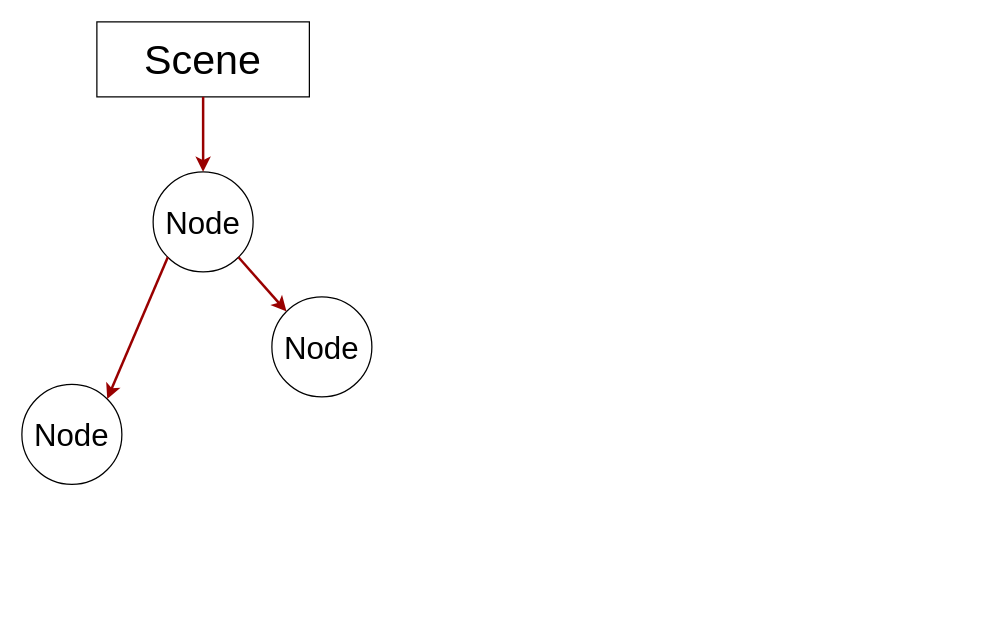
Above: cocos_render_command.drawio in imzoer/imzoer.github.io (draw.io), before the change. Source tidied: cells renumbered, new cells numbered last; positions are measured from the earlier drawing's top-left corner, leaving out a move shared by most shapes. Both pictures are drawn from the tidied source at 125%, with x=0, y=0 at pixel (21, 21).
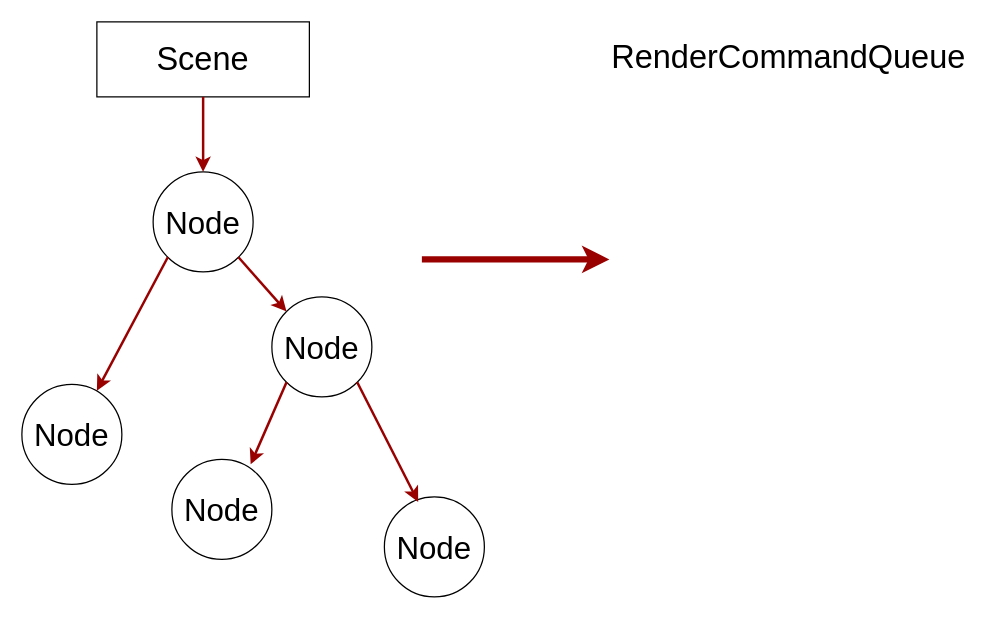
The same diagram, later.

Change to the diagram source:
```diff
@@
 <mxGraphModel>
   <root>
     <mxCell id="0" />
     <mxCell id="1" parent="0" />
-    <mxCell id="2" value="&lt;font style=&quot;font-size: 33px&quot;&gt;Scene&lt;/font&gt;" style="rounded=0;whiteSpace=wrap;html=1;" parent="1" vertex="1">
+    <mxCell id="2" value="&lt;font style=&quot;font-size: 26px&quot;&gt;Scene&lt;/font&gt;" style="rounded=0;whiteSpace=wrap;html=1;" parent="1" vertex="1">
       <mxGeometry x="60" width="170" height="60" as="geometry" />
     </mxCell>
     <mxCell id="3" value="&lt;font style=&quot;font-size: 25px&quot;&gt;Node&lt;/font&gt;" style="ellipse;whiteSpace=wrap;html=1;" parent="1" vertex="1">
       <mxGeometry x="105" y="120" width="80" height="80" as="geometry" />
     </mxCell>
     <mxCell id="4" style="edgeStyle=none;comic=0;jettySize=auto;html=1;exitX=0.5;exitY=1;exitDx=0;exitDy=0;strokeColor=#990000;strokeWidth=2;fontColor=#000000;fontSize=14;entryX=0.5;entryY=0;entryDx=0;entryDy=0;" parent="1" edge="1" source="2" target="3">
       <mxGeometry relative="1" as="geometry" />
     </mxCell>
     <mxCell id="5" value="&lt;font style=&quot;font-size: 25px&quot;&gt;Node&lt;/font&gt;" style="ellipse;whiteSpace=wrap;html=1;" parent="1" vertex="1">
       <mxGeometry y="290" width="80" height="80" as="geometry" />
     </mxCell>
-    <mxCell id="6" style="edgeStyle=none;comic=0;jettySize=auto;html=1;exitX=0;exitY=1;exitDx=0;exitDy=0;strokeColor=#990000;strokeWidth=2;fontColor=#000000;fontSize=14;entryX=1;entryY=0;entryDx=0;entryDy=0;" parent="1" edge="1" source="3" target="5">
+    <mxCell id="6" style="edgeStyle=none;comic=0;jettySize=auto;html=1;exitX=0;exitY=1;exitDx=0;exitDy=0;strokeColor=#990000;strokeWidth=2;fontColor=#000000;fontSize=14;entryX=0.75;entryY=0.063;entryDx=0;entryDy=0;entryPerimeter=0;" parent="1" edge="1" source="3" target="5">
       <mxGeometry relative="1" as="geometry" />
     </mxCell>
     <mxCell id="7" value="&lt;font style=&quot;font-size: 25px&quot;&gt;Node&lt;/font&gt;" style="ellipse;whiteSpace=wrap;html=1;" parent="1" vertex="1">
       <mxGeometry x="200" y="220" width="80" height="80" as="geometry" />
     </mxCell>
     <mxCell id="8" style="edgeStyle=none;comic=0;jettySize=auto;html=1;exitX=1;exitY=1;exitDx=0;exitDy=0;strokeColor=#990000;strokeWidth=2;fontColor=#000000;fontSize=14;entryX=0;entryY=0;entryDx=0;entryDy=0;" parent="1" edge="1" source="3" target="7">
       <mxGeometry relative="1" as="geometry" />
     </mxCell>
+    <mxCell id="9" value="&lt;font style=&quot;font-size: 25px&quot;&gt;Node&lt;/font&gt;" style="ellipse;whiteSpace=wrap;html=1;" parent="1" vertex="1">
+      <mxGeometry x="120" y="350" width="80" height="80" as="geometry" />
+    </mxCell>
+    <mxCell id="10" value="&lt;font style=&quot;font-size: 25px&quot;&gt;Node&lt;/font&gt;" style="ellipse;whiteSpace=wrap;html=1;" parent="1" vertex="1">
+      <mxGeometry x="290" y="380" width="80" height="80" as="geometry" />
+    </mxCell>
+    <mxCell id="11" style="edgeStyle=none;comic=0;jettySize=auto;html=1;exitX=0;exitY=1;exitDx=0;exitDy=0;strokeColor=#990000;strokeWidth=2;fontColor=#000000;fontSize=14;entryX=0.788;entryY=0.05;entryDx=0;entryDy=0;entryPerimeter=0;" parent="1" edge="1" source="7" target="9">
+      <mxGeometry relative="1" as="geometry" />
+    </mxCell>
+    <mxCell id="12" style="edgeStyle=none;comic=0;jettySize=auto;html=1;exitX=1;exitY=1;exitDx=0;exitDy=0;strokeColor=#990000;strokeWidth=2;fontColor=#000000;fontSize=14;entryX=0.338;entryY=0.05;entryDx=0;entryDy=0;entryPerimeter=0;" parent="1" edge="1" source="7" target="10">
+      <mxGeometry relative="1" as="geometry" />
+    </mxCell>
+    <mxCell id="13" style="edgeStyle=none;comic=0;orthogonalLoop=1;jettySize=auto;html=1;exitX=0.5;exitY=1;exitDx=0;exitDy=0;strokeColor=#990000;strokeWidth=5;fontColor=#000000;fontSize=14;" parent="1" edge="1">
+      <mxGeometry relative="1" as="geometry">
+        <mxPoint x="320" y="190" as="sourcePoint" />
+        <mxPoint x="470" y="190" as="targetPoint" />
+      </mxGeometry>
+    </mxCell>
+    <mxCell id="14" value="&lt;font style=&quot;font-size: 26px&quot;&gt;RenderCommandQueue&lt;/font&gt;" style="text;html=1;align=left;verticalAlign=top;spacingTop=-4;" parent="1" vertex="1">
+      <mxGeometry x="470" y="10" width="300" height="20" as="geometry" />
+    </mxCell>
   </root>
 </mxGraphModel>
```
